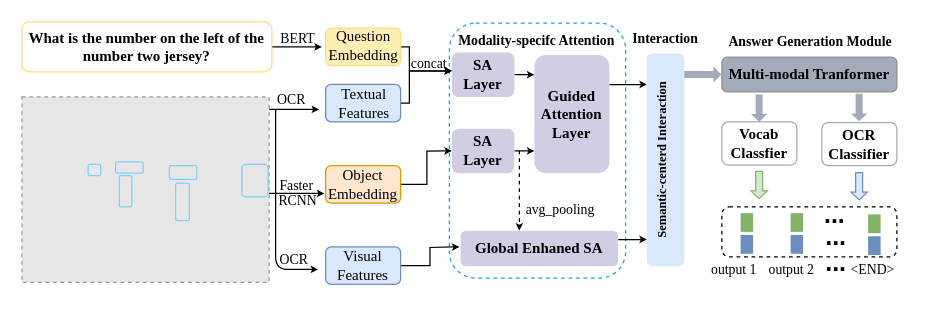
The draw.io diagram 模型框图第二版.drawio in B-matchlsr/awesome-python-cn, before the edit. Source tidied: cells renumbered, new cells numbered last; positions are measured from the earlier drawing's top-left corner, leaving out a move shared by most shapes. Both pictures are drawn from the tidied source at 125%, with x=0, y=0 at pixel (21, 21). Pictures stored in the file or linked from it are replaced by grey dashed boxes.
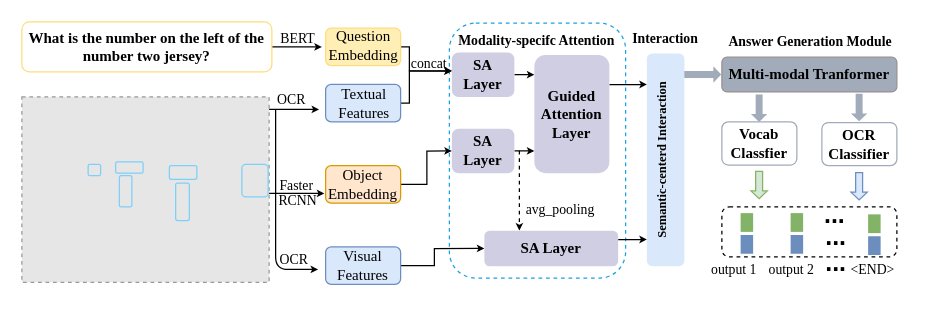
The same diagram, later.

Commit message:
更新模型框图第二版.drawio

The change refers to these unchanged cells:
```xml
<mxCell id="18" style="rounded=1;whiteSpace=wrap;html=1;fillColor=#dae8fc;strokeColor=#6c8ebf;fillStyle=auto;" parent="1" vertex="1">
  <mxGeometry x="243" y="180" width="60" height="30" as="geometry" />
</mxCell>
```

What changed in the source:
```diff
@@
-    <mxCell id="17" style="edgeStyle=orthogonalEdgeStyle;jettySize=auto;html=1;exitX=1;exitY=0.5;exitDx=0;exitDy=0;endSize=3;rounded=0;" parent="1" edge="1" source="18">
+    <mxCell id="17" style="edgeStyle=orthogonalEdgeStyle;jettySize=auto;html=1;exitX=1;exitY=0.5;exitDx=0;exitDy=0;endSize=3;rounded=0;entryX=0;entryY=0.5;entryDx=0;entryDy=0;" parent="1" edge="1" source="18" target="49">
       <mxGeometry relative="1" as="geometry">
-        <mxPoint x="350" y="180" as="targetPoint" />
+        <Array as="points">
+          <mxPoint x="330" y="195" />
+          <mxPoint x="330" y="181" />
+        </Array>
       </mxGeometry>
     </mxCell>
@@
-    <mxCell id="49" value="&lt;font face=&quot;Times New Roman&quot;&gt;&lt;b&gt;Global Enhaned SA&lt;/b&gt;&lt;/font&gt;" style="rounded=1;whiteSpace=wrap;html=1;strokeColor=none;fontFamily=Helvetica;fontSize=12;fillColor=#d0cee2;align=center;" parent="1" vertex="1">
-      <mxGeometry x="351" y="167" width="126" height="28.5" as="geometry" />
+    <mxCell id="49" value="&lt;font face=&quot;Times New Roman&quot;&gt;&lt;b&gt;SA Layer&lt;/b&gt;&lt;/font&gt;" style="rounded=1;whiteSpace=wrap;html=1;strokeColor=none;fontFamily=Helvetica;fontSize=12;fillColor=#d0cee2;align=center;" parent="1" vertex="1">
+      <mxGeometry x="370" y="167" width="107" height="28.5" as="geometry" />
     </mxCell>
```
